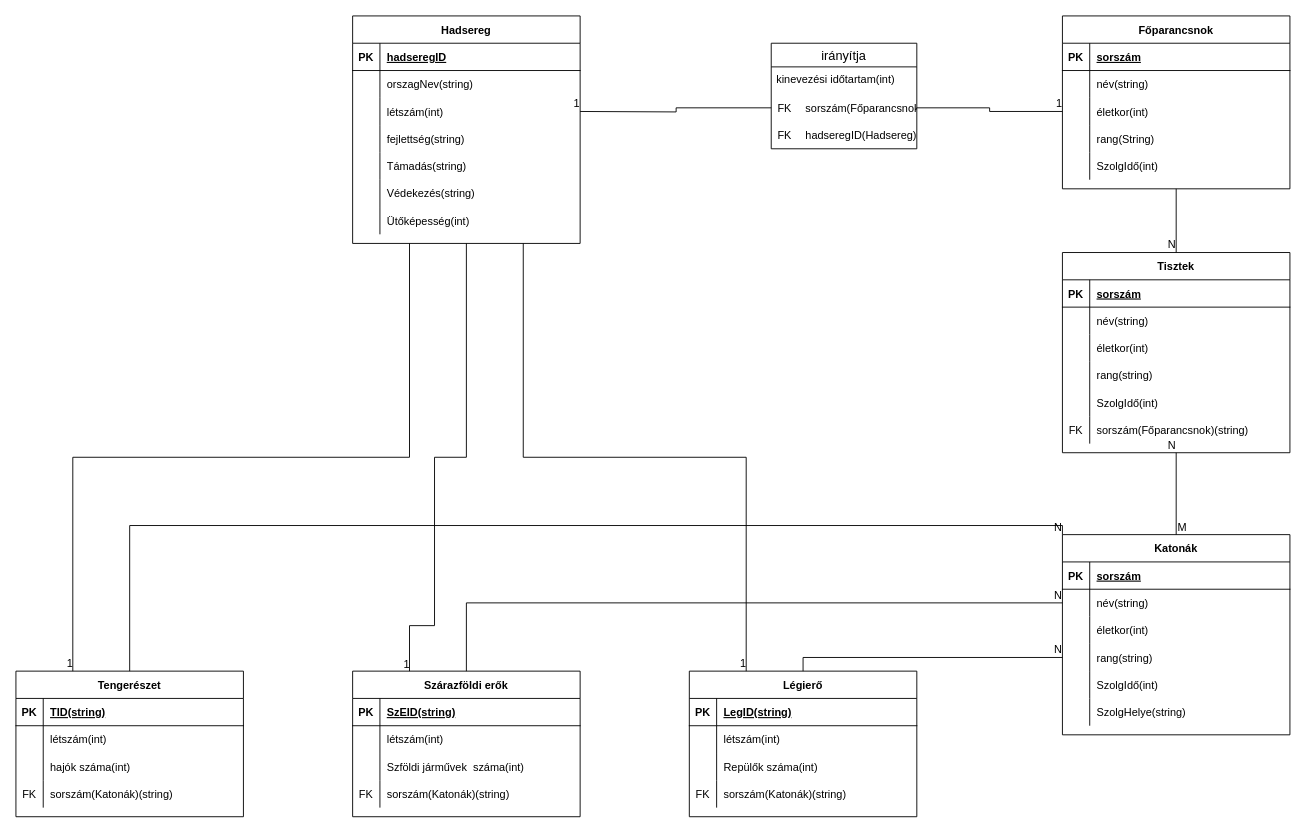
Above: DBSemTaskHEPMIU/RMhepimu.drawio in urbanoliver/HEPMIU_DB1Gyak (draw.io), before the change. Source tidied: cells renumbered, new cells numbered last; positions are measured from the earlier drawing's top-left corner, leaving out a move shared by most shapes. Both pictures are drawn from the tidied source at 91%, with x=0, y=0 at pixel (15, 15).
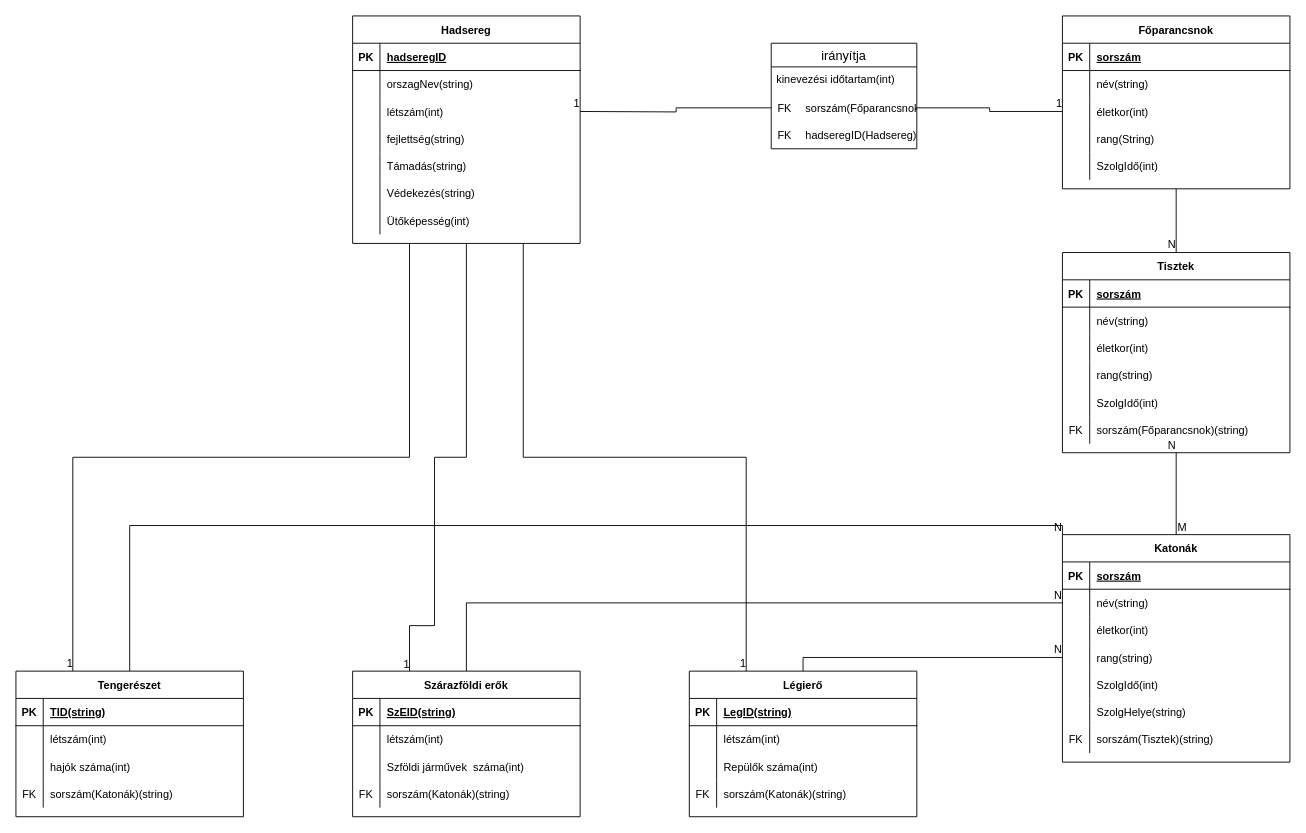
The same page after the edit.

Diff of the diagram source:
```diff
@@
     <mxCell id="59" value="Katonák" style="shape=table;startSize=30;childLayout=tableLayout;rowLines=0;fontStyle=1;align=center;" parent="1" vertex="1">
-      <mxGeometry x="1150" y="570" width="250" height="220" as="geometry" />
+      <mxGeometry x="1150" y="570" width="250" height="250" as="geometry" />
     </mxCell>
@@
+    <mxCell id="147" style="shape=tableRow;horizontal=0;startSize=0;swimlaneHead=0;swimlaneBody=0;fillColor=none;top=0;left=0;right=0;bottom=0;" parent="59" vertex="1">
+      <mxGeometry y="210" width="250" height="30" as="geometry" />
+    </mxCell>
+    <mxCell id="148" value="FK" style="shape=partialRectangle;fillColor=none;top=0;left=0;bottom=0;right=0;fontStyle=0;overflow=hidden;" parent="147" vertex="1">
+      <mxGeometry width="30" height="30" as="geometry" />
+    </mxCell>
+    <mxCell id="149" value="sorszám(Tisztek)(string)" style="shape=partialRectangle;fillColor=none;top=0;left=0;bottom=0;right=0;align=left;spacingLeft=6;fontStyle=0;overflow=hidden;" parent="147" vertex="1">
+      <mxGeometry x="30" width="220" height="30" as="geometry" />
+    </mxCell>
```
